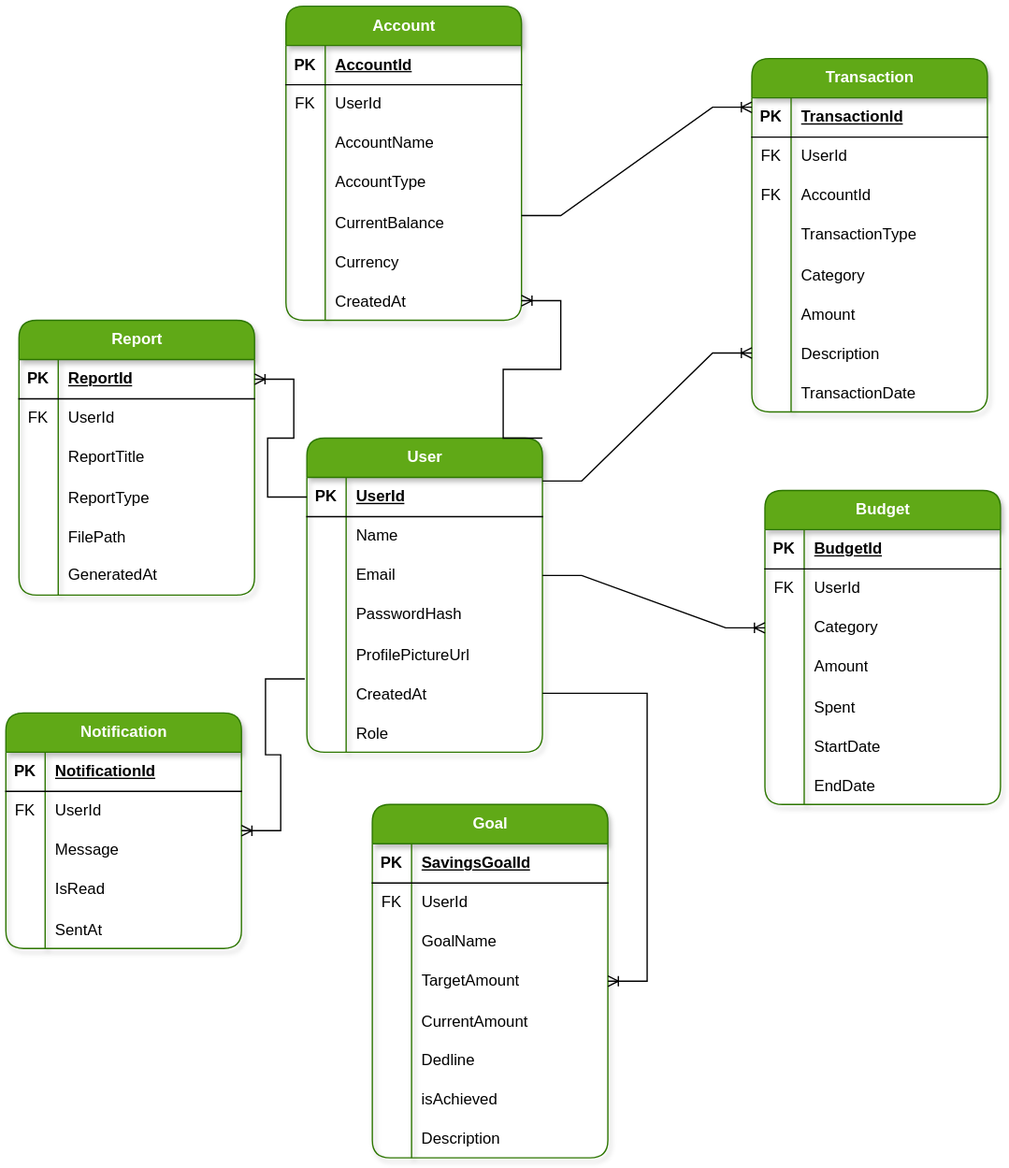
OlenaTka4uk/Personal_Finance_Tracker keeps this draw.io diagram as database.svg. Above is the earlier version. Source tidied: cells renumbered, new cells last; positions are measured from the earlier drawing's top-left corner, leaving out a move shared by most shapes.
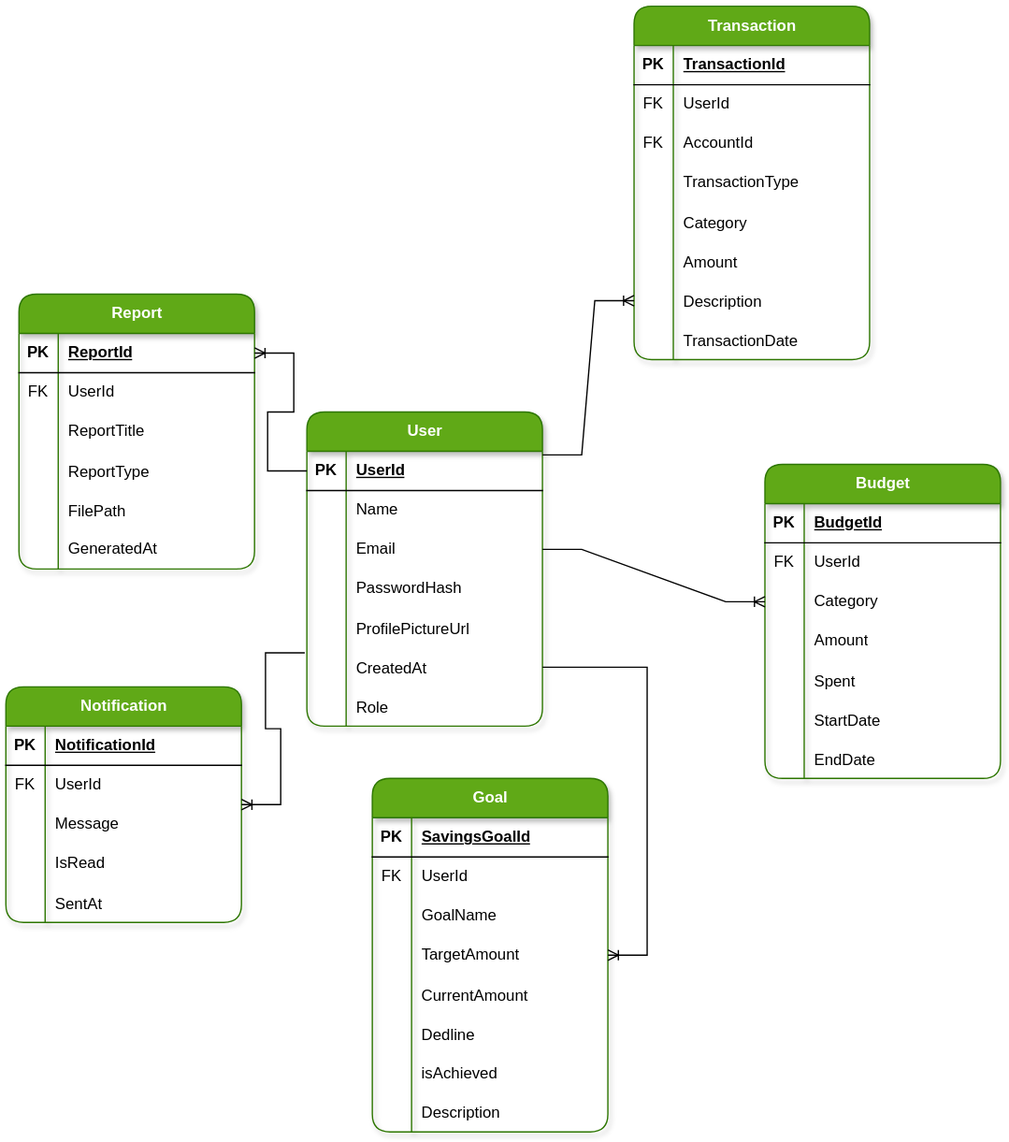
Above is the later version.

Change to the diagram source:
```diff
@@ -69,7 +69,7 @@
       <mxGeometry x="30" width="150" height="30" as="geometry" />
     </mxCell>
     <mxCell id="24" value="Transaction" style="shape=table;startSize=30;rowLines=0;fontStyle=1;align=center;html=1;fillColor=#60a917;fontColor=#ffffff;strokeColor=#2D7600;shadow=1;rounded=1;" parent="1" vertex="1">
-      <mxGeometry x="570" y="40" width="180" height="270" as="geometry" />
+      <mxGeometry x="480" y="20" width="180" height="270" as="geometry" />
     </mxCell>
     <mxCell id="25" style="shape=tableRow;horizontal=0;startSize=0;swimlaneHead=0;swimlaneBody=0;fillColor=none;points=[[0,0.5],[1,0.5]];portConstraint=eastwest;top=0;left=0;right=0;bottom=1;" parent="24" vertex="1">
       <mxGeometry y="30" width="180" height="30" as="geometry" />
@@ -408,79 +408,5 @@
     <mxCell id="135" style="edgeStyle=entityRelationEdgeStyle;fontSize=12;html=1;endArrow=ERoneToMany;rounded=0;exitX=0;exitY=0.5;exitDx=0;exitDy=0;entryX=1;entryY=0.5;entryDx=0;entryDy=0;" parent="1" edge="1" source="3" target="117">
       <mxGeometry relative="1" as="geometry" />
     </mxCell>
-    <mxCell id="136" value="Account" style="shape=table;startSize=30;rowLines=0;fontStyle=1;align=center;html=1;fillColor=#60a917;fontColor=#ffffff;strokeColor=#2D7600;rounded=1;shadow=1;" parent="1" vertex="1">
-      <mxGeometry x="214" width="180" height="240" as="geometry" />
-    </mxCell>
-    <mxCell id="137" style="shape=tableRow;horizontal=0;startSize=0;swimlaneHead=0;swimlaneBody=0;fillColor=none;top=0;left=0;right=0;bottom=1;" parent="136" vertex="1">
-      <mxGeometry y="30" width="180" height="30" as="geometry" />
-    </mxCell>
-    <mxCell id="138" value="PK" style="shape=partialRectangle;fillColor=none;top=0;left=0;bottom=0;right=0;fontStyle=1;overflow=hidden;whiteSpace=wrap;html=1;" parent="137" vertex="1">
-      <mxGeometry width="30" height="30" as="geometry" />
-    </mxCell>
-    <mxCell id="139" value="AccountId" style="shape=partialRectangle;fillColor=none;top=0;left=0;bottom=0;right=0;align=left;spacingLeft=6;fontStyle=5;overflow=hidden;whiteSpace=wrap;html=1;" parent="137" vertex="1">
-      <mxGeometry x="30" width="150" height="30" as="geometry" />
-    </mxCell>
-    <mxCell id="140" style="shape=tableRow;horizontal=0;startSize=0;swimlaneHead=0;swimlaneBody=0;fillColor=none;top=0;left=0;right=0;bottom=0;" parent="136" vertex="1">
-      <mxGeometry y="60" width="180" height="30" as="geometry" />
-    </mxCell>
-    <mxCell id="141" value="FK" style="shape=partialRectangle;fillColor=none;top=0;left=0;bottom=0;right=0;overflow=hidden;whiteSpace=wrap;html=1;" parent="140" vertex="1">
-      <mxGeometry width="30" height="30" as="geometry" />
-    </mxCell>
-    <mxCell id="142" value="UserId" style="shape=partialRectangle;fillColor=none;top=0;left=0;bottom=0;right=0;align=left;spacingLeft=6;overflow=hidden;whiteSpace=wrap;html=1;" parent="140" vertex="1">
-      <mxGeometry x="30" width="150" height="30" as="geometry" />
-    </mxCell>
-    <mxCell id="143" style="shape=tableRow;horizontal=0;startSize=0;swimlaneHead=0;swimlaneBody=0;fillColor=none;top=0;left=0;right=0;bottom=0;" parent="136" vertex="1">
-      <mxGeometry y="90" width="180" height="30" as="geometry" />
-    </mxCell>
-    <mxCell id="144" style="shape=partialRectangle;fillColor=none;top=0;left=0;bottom=0;right=0;overflow=hidden;whiteSpace=wrap;html=1;" parent="143" vertex="1">
-      <mxGeometry width="30" height="30" as="geometry" />
-    </mxCell>
-    <mxCell id="145" value="AccountName" style="shape=partialRectangle;fillColor=none;top=0;left=0;bottom=0;right=0;align=left;spacingLeft=6;overflow=hidden;whiteSpace=wrap;html=1;" parent="143" vertex="1">
-      <mxGeometry x="30" width="150" height="30" as="geometry" />
-    </mxCell>
-    <mxCell id="146" style="shape=tableRow;horizontal=0;startSize=0;swimlaneHead=0;swimlaneBody=0;fillColor=none;top=0;left=0;right=0;bottom=0;" parent="136" vertex="1">
-      <mxGeometry y="120" width="180" height="30" as="geometry" />
-    </mxCell>
-    <mxCell id="147" style="shape=partialRectangle;fillColor=none;top=0;left=0;bottom=0;right=0;overflow=hidden;whiteSpace=wrap;html=1;" parent="146" vertex="1">
-      <mxGeometry width="30" height="30" as="geometry" />
-    </mxCell>
-    <mxCell id="148" value="AccountType" style="shape=partialRectangle;fillColor=none;top=0;left=0;bottom=0;right=0;align=left;spacingLeft=6;overflow=hidden;whiteSpace=wrap;html=1;" parent="146" vertex="1">
-      <mxGeometry x="30" width="150" height="30" as="geometry" />
-    </mxCell>
-    <mxCell id="149" style="shape=tableRow;horizontal=0;startSize=0;swimlaneHead=0;swimlaneBody=0;fillColor=none;top=0;left=0;right=0;bottom=0;" parent="136" vertex="1">
-      <mxGeometry y="150" width="180" height="30" as="geometry" />
-    </mxCell>
-    <mxCell id="150" style="shape=partialRectangle;fillColor=none;top=0;left=0;bottom=0;right=0;overflow=hidden;" parent="149" vertex="1">
-      <mxGeometry width="30" height="30" as="geometry" />
-    </mxCell>
-    <mxCell id="151" value="CurrentBalance" style="shape=partialRectangle;fillColor=none;top=0;left=0;bottom=0;right=0;align=left;spacingLeft=6;overflow=hidden;" parent="149" vertex="1">
-      <mxGeometry x="30" width="150" height="30" as="geometry" />
-    </mxCell>
-    <mxCell id="152" style="shape=tableRow;horizontal=0;startSize=0;swimlaneHead=0;swimlaneBody=0;fillColor=none;top=0;left=0;right=0;bottom=0;" parent="136" vertex="1">
-      <mxGeometry y="180" width="180" height="30" as="geometry" />
-    </mxCell>
-    <mxCell id="153" style="shape=partialRectangle;fillColor=none;top=0;left=0;bottom=0;right=0;overflow=hidden;" parent="152" vertex="1">
-      <mxGeometry width="30" height="30" as="geometry" />
-    </mxCell>
-    <mxCell id="154" value="Currency" style="shape=partialRectangle;fillColor=none;top=0;left=0;bottom=0;right=0;align=left;spacingLeft=6;overflow=hidden;" parent="152" vertex="1">
-      <mxGeometry x="30" width="150" height="30" as="geometry" />
-    </mxCell>
-    <mxCell id="155" style="shape=tableRow;horizontal=0;startSize=0;swimlaneHead=0;swimlaneBody=0;fillColor=none;points=[[0,0.5],[1,0.5]];portConstraint=eastwest;top=0;left=0;right=0;bottom=0;" parent="136" vertex="1">
-      <mxGeometry y="210" width="180" height="30" as="geometry" />
-    </mxCell>
-    <mxCell id="156" style="shape=partialRectangle;fillColor=none;top=0;left=0;bottom=0;right=0;overflow=hidden;" parent="155" vertex="1">
-      <mxGeometry width="30" height="30" as="geometry" />
-    </mxCell>
-    <mxCell id="157" value="CreatedAt" style="shape=partialRectangle;fillColor=none;top=0;left=0;bottom=0;right=0;align=left;spacingLeft=6;overflow=hidden;" parent="155" vertex="1">
-      <mxGeometry x="30" width="150" height="30" as="geometry" />
-    </mxCell>
-    <mxCell id="158" style="edgeStyle=entityRelationEdgeStyle;fontSize=12;html=1;endArrow=ERoneToMany;rounded=0;exitX=1;exitY=0;exitDx=0;exitDy=0;" parent="1" edge="1" source="2" target="155">
-      <mxGeometry relative="1" as="geometry" />
-    </mxCell>
-    <mxCell id="159" style="edgeStyle=entityRelationEdgeStyle;fontSize=12;html=1;endArrow=ERoneToMany;rounded=0;entryX=0;entryY=0.24;entryDx=0;entryDy=0;entryPerimeter=0;" parent="1" edge="1" target="25">
-      <mxGeometry relative="1" as="geometry">
-        <mxPoint x="394" y="160" as="sourcePoint" />
-      </mxGeometry>
-    </mxCell>
   </root>
 </mxGraphModel>
```
